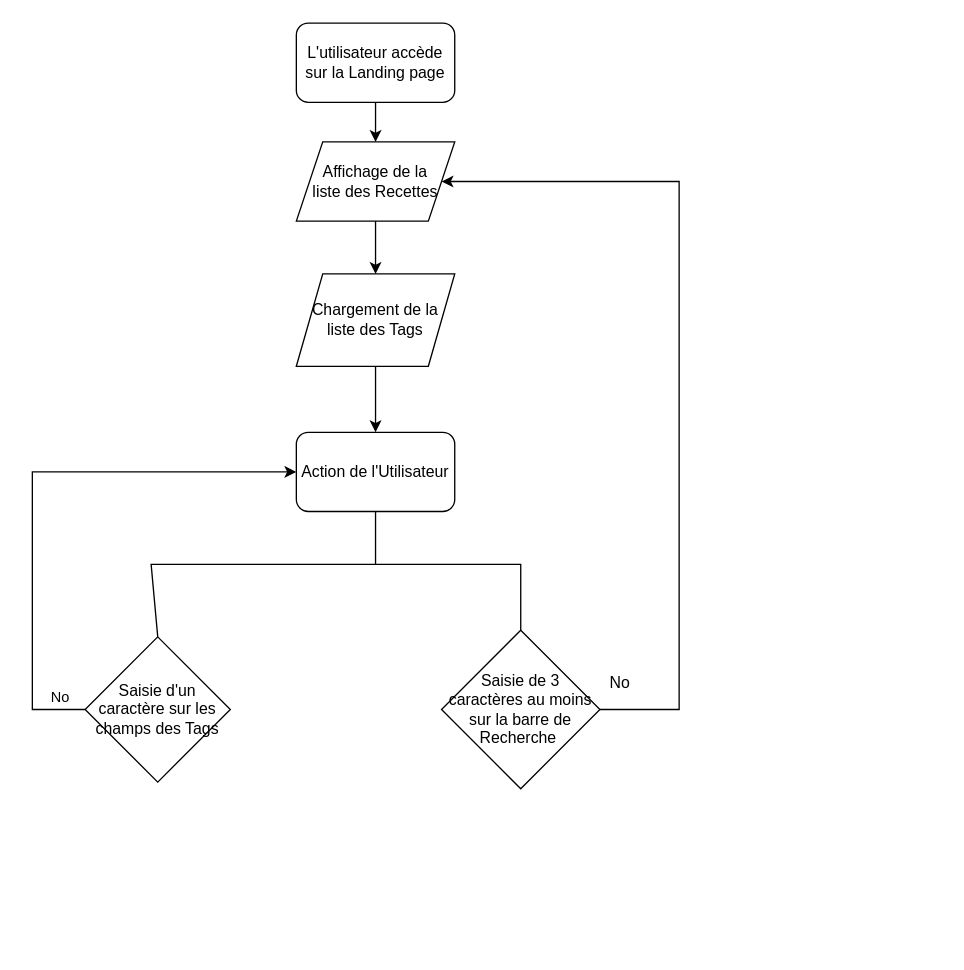
oleeefr/P11-front-end-search-engine keeps this draw.io diagram as docs/Untitled DiagramV2.drawio. Above is the earlier version. Source tidied: cells renumbered, new cells numbered last; positions are measured from the earlier drawing's top-left corner, leaving out a move shared by most shapes. Both pictures are drawn from the tidied source at 132%, with x=0, y=0 at pixel (32, 22).
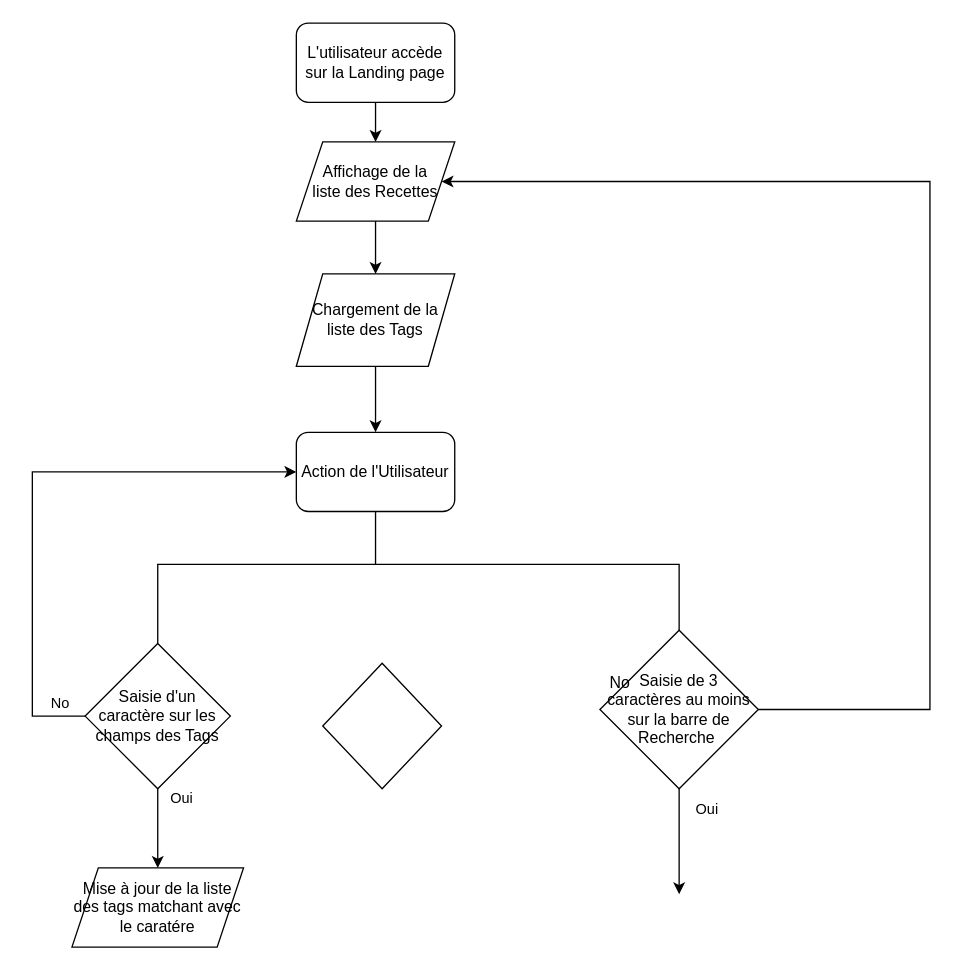
The same page after the edit.

The change refers to these unchanged cells:
```xml
<mxCell id="4" value="Affichage de la&lt;br&gt;liste des Recettes" style="shape=parallelogram;perimeter=parallelogramPerimeter;whiteSpace=wrap;html=1;fixedSize=1;" parent="1" vertex="1">
  <mxGeometry x="200" y="90" width="120" height="60" as="geometry" />
</mxCell>
<mxCell id="6" value="Action de l'Utilisateur" style="rounded=1;whiteSpace=wrap;html=1;" parent="1" vertex="1">
  <mxGeometry x="200" y="310" width="120" height="60" as="geometry" />
</mxCell>
```

The edit, as a diff of the source:
```diff
@@
     <mxCell id="9" style="endArrow=none;html=1;rounded=0;exitX=0.5;exitY=1;exitDx=0;exitDy=0;entryX=0.5;entryY=0;entryDx=0;entryDy=0;" parent="1" edge="1" source="6" target="14">
       <mxGeometry relative="1" as="geometry">
         <Array as="points">
           <mxPoint x="260" y="410" />
-          <mxPoint x="90" y="410" />
+          <mxPoint x="95" y="410" />
         </Array>
       </mxGeometry>
     </mxCell>
     <mxCell id="10" style="endArrow=none;html=1;rounded=0;entryX=0.5;entryY=0;entryDx=0;entryDy=0;" parent="1" edge="1" target="11">
       <mxGeometry relative="1" as="geometry">
         <mxPoint x="260" y="410" as="sourcePoint" />
         <Array as="points">
-          <mxPoint x="370" y="410" />
+          <mxPoint x="490" y="410" />
         </Array>
       </mxGeometry>
     </mxCell>
     <mxCell id="11" value="Saisie de 3 caractères au moins sur la barre de Recherche&amp;nbsp;" style="rhombus;whiteSpace=wrap;html=1;" parent="1" vertex="1">
-      <mxGeometry x="310" y="460" width="120" height="120" as="geometry" />
+      <mxGeometry x="430" y="460" width="120" height="120" as="geometry" />
     </mxCell>
     <mxCell id="12" style="endArrow=classic;html=1;rounded=0;exitX=1;exitY=0.5;exitDx=0;exitDy=0;entryX=1;entryY=0.5;entryDx=0;entryDy=0;" parent="1" edge="1" source="11" target="4">
       <mxGeometry relative="1" as="geometry">
         <Array as="points">
-          <mxPoint x="490" y="520" />
-          <mxPoint x="490" y="120" />
+          <mxPoint x="680" y="520" />
+          <mxPoint x="680" y="120" />
         </Array>
       </mxGeometry>
     </mxCell>
@@
     <mxCell id="14" value="Saisie d'un caractère sur les champs des Tags" style="rhombus;whiteSpace=wrap;html=1;" parent="1" vertex="1">
-      <mxGeometry x="40" y="465" width="110" height="110" as="geometry" />
+      <mxGeometry x="40" y="470" width="110" height="110" as="geometry" />
     </mxCell>
     <mxCell id="15" style="endArrow=classic;html=1;rounded=0;exitX=0;exitY=0.5;exitDx=0;exitDy=0;entryX=0;entryY=0.5;entryDx=0;entryDy=0;" parent="1" edge="1" source="14" target="6">
       <mxGeometry relative="1" as="geometry">
         <Array as="points">
-          <mxPoint y="520" />
+          <mxPoint y="525" />
           <mxPoint y="340" />
         </Array>
       </mxGeometry>
     </mxCell>
@@
+    <mxCell id="17" style="endArrow=classic;html=1;rounded=0;exitX=0.5;exitY=1;exitDx=0;exitDy=0;entryX=0.5;entryY=0;entryDx=0;entryDy=0;" parent="1" edge="1" source="14" target="21">
+      <mxGeometry relative="1" as="geometry" />
+    </mxCell>
+    <mxCell id="18" value="Oui" style="edgeLabel;html=1;align=center;verticalAlign=middle;" parent="17" vertex="1">
+      <mxGeometry x="-0.28" y="1" relative="1" as="geometry">
+        <mxPoint x="16" y="-16" as="offset" />
+      </mxGeometry>
+    </mxCell>
+    <mxCell id="19" style="endArrow=classic;html=1;rounded=0;exitX=0.5;exitY=1;exitDx=0;exitDy=0;" parent="1" edge="1" source="11">
+      <mxGeometry relative="1" as="geometry">
+        <mxPoint x="490" y="660" as="targetPoint" />
+      </mxGeometry>
+    </mxCell>
+    <mxCell id="20" value="Oui" style="edgeLabel;html=1;align=center;verticalAlign=middle;" parent="19" vertex="1">
+      <mxGeometry x="-0.48" y="-1" relative="1" as="geometry">
+        <mxPoint x="21" y="-6" as="offset" />
+      </mxGeometry>
+    </mxCell>
+    <mxCell id="21" value="Mise à jour de la liste des tags matchant avec le caratére" style="shape=parallelogram;perimeter=parallelogramPerimeter;whiteSpace=wrap;html=1;fixedSize=1;" parent="1" vertex="1">
+      <mxGeometry x="30" y="640" width="130" height="60" as="geometry" />
+    </mxCell>
+    <mxCell id="22" style="rhombus;whiteSpace=wrap;html=1;" parent="1" vertex="1">
+      <mxGeometry x="220" y="485" width="90" height="95" as="geometry" />
+    </mxCell>
```
